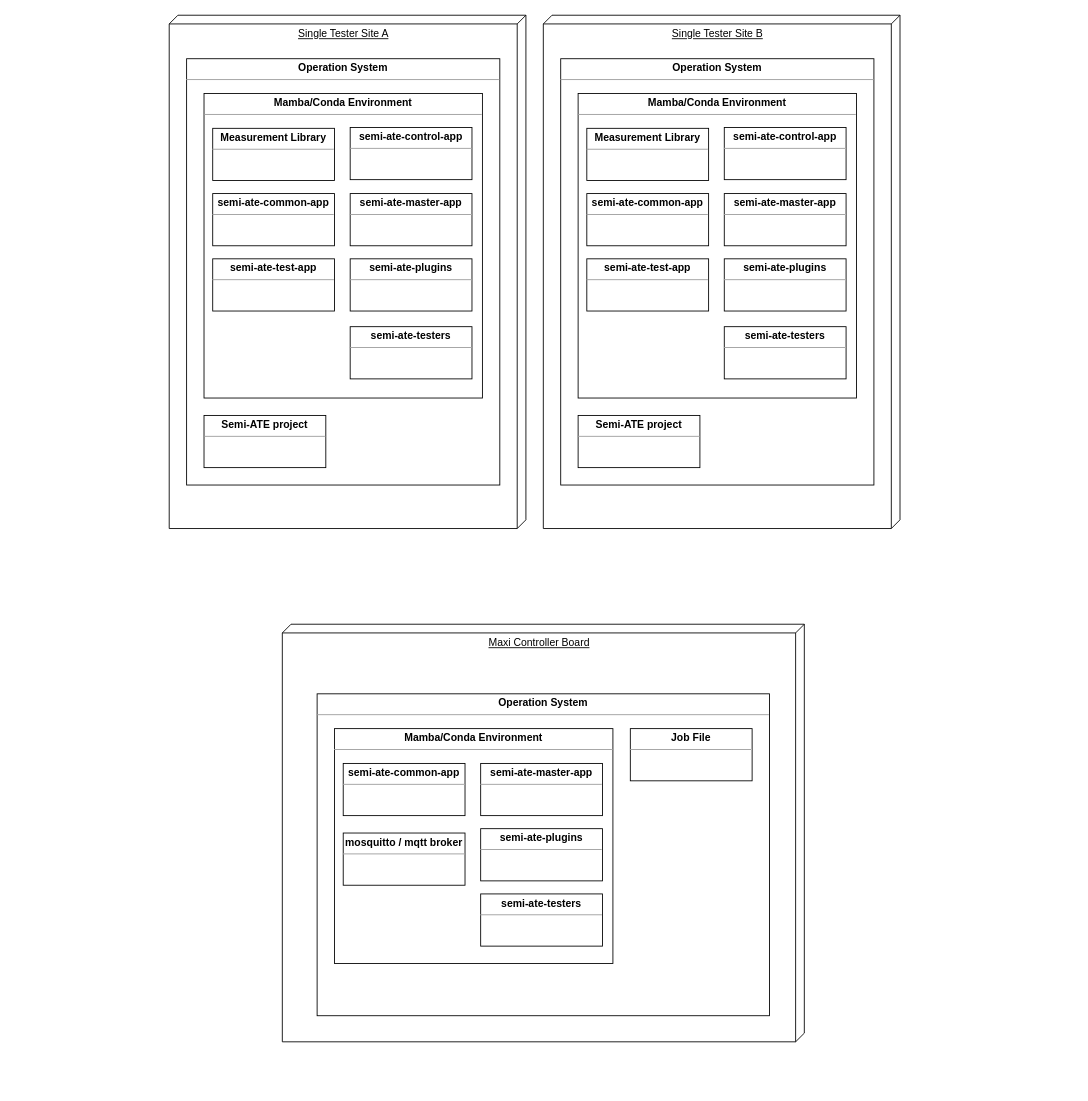
This is docs/pictures/packages/parallel_tester.dio from Semi-ATE/Semi-ATE, a draw.io file, before an edit. Source tidied: cells renumbered, new cells numbered last; positions are measured from the earlier drawing's top-left corner, leaving out a move shared by most shapes. Both pictures are drawn from the tidied source at 87%, with x=0, y=0 at pixel (169, 15).
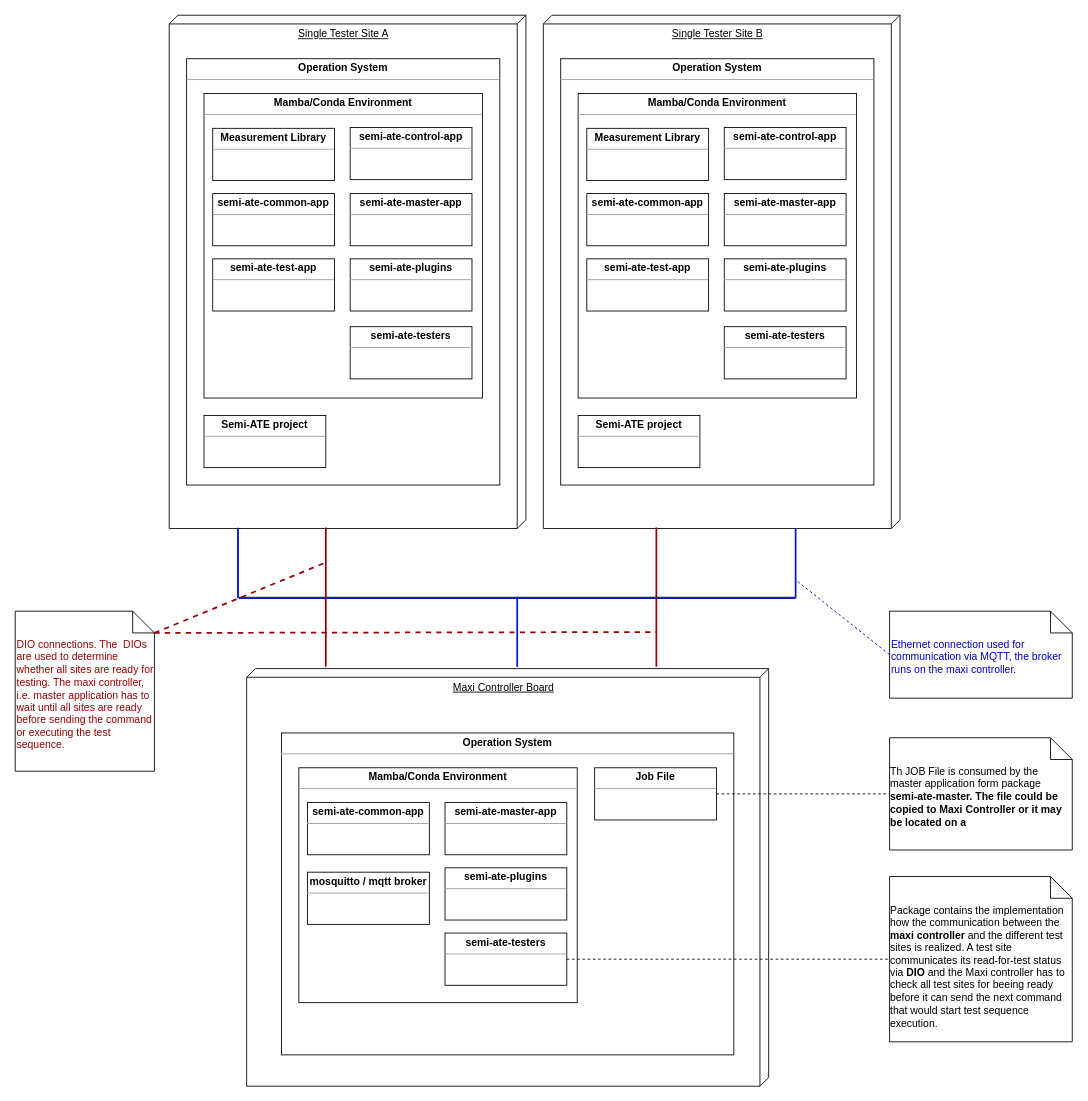
After the change.

Commit message (it also covers changes not shown here):
[#157] Add tester diagrams

The change refers to these unchanged cells:
```xml
<mxCell id="3" value="Single Tester Site A" style="verticalAlign=top;align=center;spacingTop=8;spacingLeft=2;spacingRight=12;shape=cube;size=10;direction=south;fontStyle=4;html=1;" parent="1" vertex="1">
  <mxGeometry width="410" height="590" as="geometry" />
</mxCell>
<mxCell id="14" value="Single Tester Site B" style="verticalAlign=top;align=center;spacingTop=8;spacingLeft=2;spacingRight=12;shape=cube;size=10;direction=south;fontStyle=4;html=1;" parent="1" vertex="1">
  <mxGeometry x="430" width="410" height="590" as="geometry" />
</mxCell>
```

What changed in the source:
```diff
@@
     <mxCell id="2" value="Maxi Controller Board" style="verticalAlign=top;align=center;spacingTop=8;spacingLeft=2;spacingRight=12;shape=cube;size=10;direction=south;fontStyle=4;html=1;" parent="1" vertex="1">
-      <mxGeometry x="130" y="700" width="600" height="480" as="geometry" />
+      <mxGeometry x="89" y="751" width="600" height="480" as="geometry" />
     </mxCell>
@@
     <mxCell id="25" value="&lt;p style=&quot;margin: 0px ; margin-top: 4px ; text-align: center&quot;&gt;&lt;b&gt;Operation System&lt;/b&gt;&lt;/p&gt;&lt;hr size=&quot;1&quot;&gt;&lt;div style=&quot;height: 2px&quot;&gt;&lt;/div&gt;" style="verticalAlign=top;align=left;overflow=fill;fontSize=12;fontFamily=Helvetica;html=1;" parent="1" vertex="1">
-      <mxGeometry x="170" y="780" width="520" height="370" as="geometry" />
+      <mxGeometry x="129" y="825" width="520" height="370" as="geometry" />
     </mxCell>
     <mxCell id="26" value="&lt;p style=&quot;margin: 0px ; margin-top: 4px ; text-align: center&quot;&gt;&lt;b&gt;Mamba/Conda Environment&lt;/b&gt;&lt;/p&gt;&lt;hr size=&quot;1&quot;&gt;&lt;div style=&quot;height: 2px&quot;&gt;&lt;/div&gt;" style="verticalAlign=top;align=left;overflow=fill;fontSize=12;fontFamily=Helvetica;html=1;" parent="1" vertex="1">
-      <mxGeometry x="190" y="820" width="320" height="270" as="geometry" />
+      <mxGeometry x="149" y="865" width="320" height="270" as="geometry" />
     </mxCell>
     <mxCell id="27" value="&lt;p style=&quot;margin: 0px ; margin-top: 4px ; text-align: center&quot;&gt;&lt;b&gt;semi-ate-common-app&lt;/b&gt;&lt;/p&gt;&lt;hr size=&quot;1&quot;&gt;&lt;div style=&quot;height: 2px&quot;&gt;&lt;/div&gt;" style="verticalAlign=top;align=left;overflow=fill;fontSize=12;fontFamily=Helvetica;html=1;" parent="1" vertex="1">
-      <mxGeometry x="200" y="860" width="140" height="60" as="geometry" />
+      <mxGeometry x="159" y="905" width="140" height="60" as="geometry" />
     </mxCell>
     <mxCell id="28" value="&lt;p style=&quot;margin: 0px ; margin-top: 4px ; text-align: center&quot;&gt;&lt;b&gt;semi-ate-master-app&lt;/b&gt;&lt;/p&gt;&lt;hr size=&quot;1&quot;&gt;&lt;div style=&quot;height: 2px&quot;&gt;&lt;/div&gt;" style="verticalAlign=top;align=left;overflow=fill;fontSize=12;fontFamily=Helvetica;html=1;" parent="1" vertex="1">
-      <mxGeometry x="358" y="860" width="140" height="60" as="geometry" />
+      <mxGeometry x="317" y="905" width="140" height="60" as="geometry" />
     </mxCell>
     <mxCell id="29" value="&lt;p style=&quot;margin: 0px ; margin-top: 4px ; text-align: center&quot;&gt;&lt;b&gt;Job File&lt;/b&gt;&lt;/p&gt;&lt;hr size=&quot;1&quot;&gt;&lt;div style=&quot;height: 2px&quot;&gt;&lt;/div&gt;" style="verticalAlign=top;align=left;overflow=fill;fontSize=12;fontFamily=Helvetica;html=1;" parent="1" vertex="1">
-      <mxGeometry x="530" y="820" width="140" height="60" as="geometry" />
+      <mxGeometry x="489" y="865" width="140" height="60" as="geometry" />
     </mxCell>
     <mxCell id="30" value="&lt;p style=&quot;margin: 0px ; margin-top: 4px ; text-align: center&quot;&gt;&lt;b&gt;mosquitto / mqtt broker&lt;/b&gt;&lt;/p&gt;&lt;hr size=&quot;1&quot;&gt;&lt;div style=&quot;height: 2px&quot;&gt;&lt;/div&gt;" style="verticalAlign=top;align=left;overflow=fill;fontSize=12;fontFamily=Helvetica;html=1;" parent="1" vertex="1">
-      <mxGeometry x="200" y="940" width="140" height="60" as="geometry" />
+      <mxGeometry x="159" y="985" width="140" height="60" as="geometry" />
     </mxCell>
     <mxCell id="31" value="&lt;p style=&quot;margin: 0px ; margin-top: 4px ; text-align: center&quot;&gt;&lt;b&gt;semi-ate-plugins&lt;/b&gt;&lt;/p&gt;&lt;hr size=&quot;1&quot;&gt;&lt;div style=&quot;height: 2px&quot;&gt;&lt;/div&gt;" style="verticalAlign=top;align=left;overflow=fill;fontSize=12;fontFamily=Helvetica;html=1;" parent="1" vertex="1">
-      <mxGeometry x="358" y="935" width="140" height="60" as="geometry" />
+      <mxGeometry x="317" y="980" width="140" height="60" as="geometry" />
     </mxCell>
     <mxCell id="32" value="&lt;p style=&quot;margin: 0px ; margin-top: 4px ; text-align: center&quot;&gt;&lt;b&gt;semi-ate-testers&lt;/b&gt;&lt;/p&gt;&lt;hr size=&quot;1&quot;&gt;&lt;div style=&quot;height: 2px&quot;&gt;&lt;/div&gt;" style="verticalAlign=top;align=left;overflow=fill;fontSize=12;fontFamily=Helvetica;html=1;" parent="1" vertex="1">
-      <mxGeometry x="358" y="1010" width="140" height="60" as="geometry" />
+      <mxGeometry x="317" y="1055" width="140" height="60" as="geometry" />
     </mxCell>
+    <mxCell id="33" value="&lt;div style=&quot;text-align: left&quot;&gt;&lt;span&gt;Package contains the implementation how the communication between the &lt;/span&gt;&lt;b&gt;maxi controller&amp;nbsp;&lt;/b&gt;&lt;span&gt;and the different test sites is realized. A test site communicates its read-for-test status via &lt;b&gt;DIO&lt;/b&gt; and the Maxi controller has to check all test sites for beeing ready before it can send the next command that would start test sequence execution.&lt;/span&gt;&lt;/div&gt;" style="shape=note2;boundedLbl=1;whiteSpace=wrap;html=1;size=25;verticalAlign=top;align=center;" parent="1" vertex="1">
+      <mxGeometry x="828" y="990" width="210" height="190" as="geometry" />
+    </mxCell>
+    <mxCell id="34" style="endArrow=none;html=1;" parent="1" edge="1">
+      <mxGeometry relative="1" as="geometry">
+        <mxPoint x="80" y="669" as="sourcePoint" />
+        <mxPoint x="720" y="669" as="targetPoint" />
+      </mxGeometry>
+    </mxCell>
+    <mxCell id="35" style="endArrow=none;html=1;fillColor=#0050ef;strokeColor=#001DBC;strokeWidth=2;" parent="1" edge="1">
+      <mxGeometry relative="1" as="geometry">
+        <mxPoint x="400" y="749" as="sourcePoint" />
+        <mxPoint x="400" y="669" as="targetPoint" />
+      </mxGeometry>
+    </mxCell>
+    <mxCell id="36" style="endArrow=none;html=1;" parent="1" edge="1">
+      <mxGeometry relative="1" as="geometry">
+        <mxPoint x="79" y="669" as="sourcePoint" />
+        <mxPoint x="79" y="589" as="targetPoint" />
+      </mxGeometry>
+    </mxCell>
+    <mxCell id="37" style="endArrow=none;html=1;fillColor=#0050ef;strokeColor=#001DBC;strokeWidth=2;" parent="1" edge="1">
+      <mxGeometry relative="1" as="geometry">
+        <mxPoint x="720" y="670" as="sourcePoint" />
+        <mxPoint x="720" y="590" as="targetPoint" />
+      </mxGeometry>
+    </mxCell>
+    <mxCell id="38" style="endArrow=none;dashed=1;html=1;exitX=1;exitY=0.5;exitDx=0;exitDy=0;entryX=0;entryY=0.5;entryDx=0;entryDy=0;entryPerimeter=0;" parent="1" edge="1" source="32" target="33">
+      <mxGeometry relative="1" as="geometry" />
+    </mxCell>
+    <mxCell id="39" value="&lt;div style=&quot;text-align: left&quot;&gt;Th JOB File is consumed by the master application form package &lt;b&gt;semi-ate-master. The file could be copied to Maxi Controller or it may be located on a&amp;nbsp;&lt;/b&gt;&lt;/div&gt;" style="shape=note2;boundedLbl=1;whiteSpace=wrap;html=1;size=25;verticalAlign=top;align=center;" parent="1" vertex="1">
+      <mxGeometry x="828" y="830.5" width="210" height="129" as="geometry" />
+    </mxCell>
+    <mxCell id="40" style="endArrow=none;dashed=1;html=1;exitX=1;exitY=0.5;exitDx=0;exitDy=0;entryX=0;entryY=0.5;entryDx=0;entryDy=0;entryPerimeter=0;" parent="1" edge="1" source="29" target="39">
+      <mxGeometry relative="1" as="geometry" />
+    </mxCell>
+    <mxCell id="41" style="endArrow=none;dashed=1;html=1;strokeColor=#0000CC;exitX=0;exitY=0.5;exitDx=0;exitDy=0;exitPerimeter=0;" parent="1" edge="1" source="44">
+      <mxGeometry relative="1" as="geometry">
+        <mxPoint x="720" y="649" as="targetPoint" />
+      </mxGeometry>
+    </mxCell>
+    <mxCell id="42" style="endArrow=none;html=1;fillColor=#0050ef;strokeColor=#001DBC;strokeWidth=2;" parent="1" edge="1">
+      <mxGeometry relative="1" as="geometry">
+        <mxPoint x="80" y="670" as="sourcePoint" />
+        <mxPoint x="720" y="670" as="targetPoint" />
+      </mxGeometry>
+    </mxCell>
+    <mxCell id="43" style="endArrow=none;html=1;fillColor=#0050ef;strokeColor=#001DBC;strokeWidth=2;" parent="1" edge="1">
+      <mxGeometry relative="1" as="geometry">
+        <mxPoint x="79" y="670" as="sourcePoint" />
+        <mxPoint x="79" y="590" as="targetPoint" />
+      </mxGeometry>
+    </mxCell>
+    <mxCell id="44" value="&lt;div&gt;&lt;font color=&quot;#0000cc&quot;&gt;Ethernet connection used for communication via MQTT, the broker runs on the maxi controller.&lt;/font&gt;&lt;/div&gt;" style="shape=note2;boundedLbl=1;whiteSpace=wrap;html=1;size=25;verticalAlign=top;align=left;" parent="1" vertex="1">
+      <mxGeometry x="828" y="685" width="210" height="100" as="geometry" />
+    </mxCell>
+    <mxCell id="45" style="endArrow=none;html=1;fontColor=#0000CC;strokeColor=#990000;strokeWidth=2;entryX=0.998;entryY=0.561;entryDx=0;entryDy=0;entryPerimeter=0;" parent="1" edge="1" target="3">
+      <mxGeometry relative="1" as="geometry">
+        <mxPoint x="180" y="749" as="sourcePoint" />
+      </mxGeometry>
+    </mxCell>
+    <mxCell id="46" style="endArrow=none;html=1;fontColor=#0000CC;strokeColor=#990000;strokeWidth=2;entryX=0.998;entryY=0.683;entryDx=0;entryDy=0;entryPerimeter=0;" parent="1" edge="1" target="14">
+      <mxGeometry relative="1" as="geometry">
+        <mxPoint x="560" y="749" as="sourcePoint" />
+      </mxGeometry>
+    </mxCell>
+    <mxCell id="47" value="&lt;div&gt;&lt;font color=&quot;#990000&quot;&gt;DIO connections. The&amp;nbsp; DIOs are used to determine whether all sites are ready for testing. The maxi controller, i.e. master application has to wait until all sites are ready before sending the command or executing the test sequence.&lt;/font&gt;&lt;/div&gt;" style="shape=note2;boundedLbl=1;whiteSpace=wrap;html=1;size=25;verticalAlign=top;align=left;" parent="1" vertex="1">
+      <mxGeometry x="-177" y="685" width="160" height="184" as="geometry" />
+    </mxCell>
+    <mxCell id="48" style="endArrow=none;dashed=1;html=1;fontColor=#990000;strokeColor=#990000;strokeWidth=2;exitX=0;exitY=0;exitDx=160;exitDy=25;exitPerimeter=0;" parent="1" edge="1" source="47">
+      <mxGeometry relative="1" as="geometry">
+        <mxPoint x="180" y="629" as="targetPoint" />
+      </mxGeometry>
+    </mxCell>
+    <mxCell id="49" style="endArrow=none;dashed=1;html=1;fontColor=#990000;strokeColor=#990000;strokeWidth=2;exitX=0;exitY=0;exitDx=160;exitDy=25;exitPerimeter=0;" parent="1" edge="1" source="47">
+      <mxGeometry relative="1" as="geometry">
+        <mxPoint x="560" y="709" as="targetPoint" />
+      </mxGeometry>
+    </mxCell>
```
